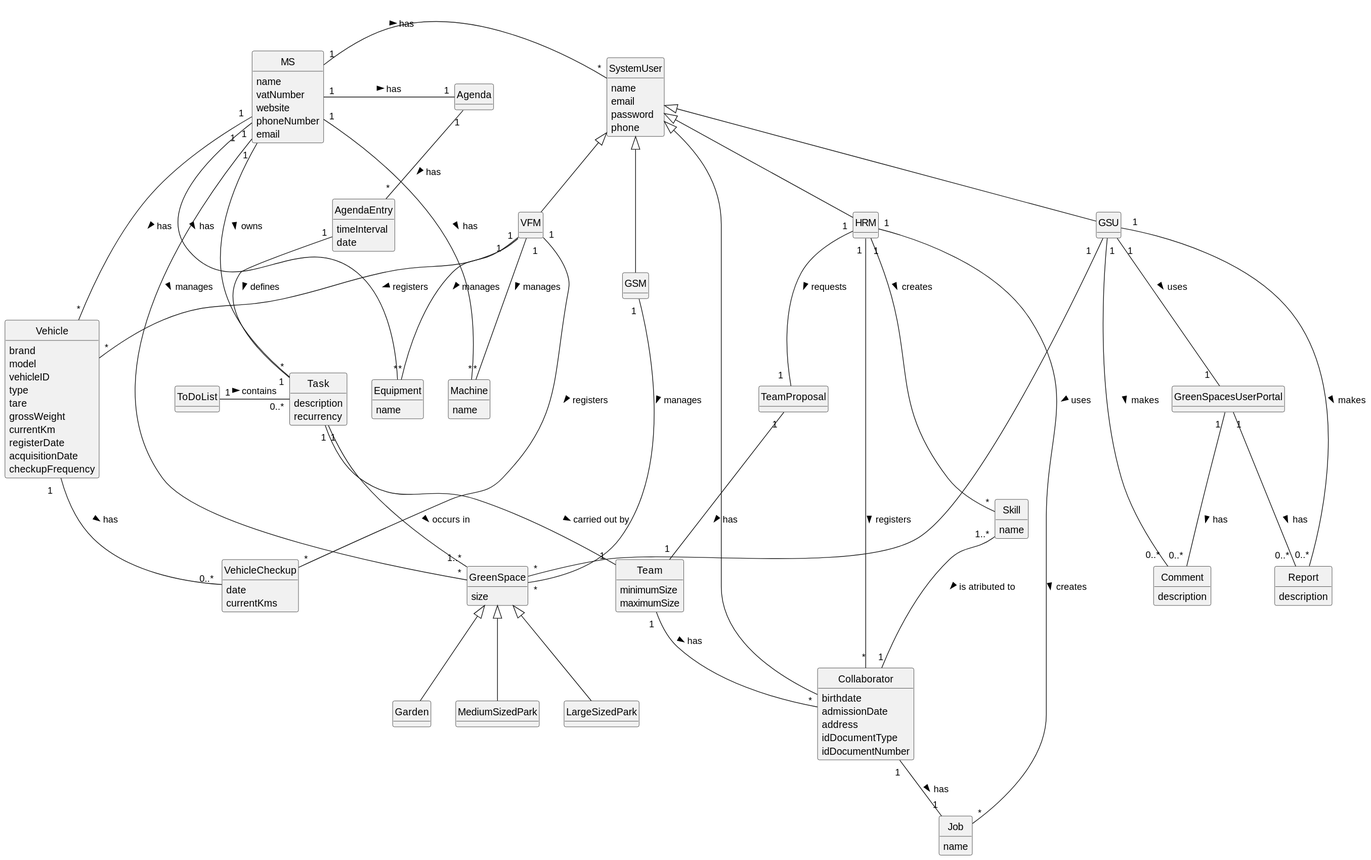
Above: docs/sprintB/global-artifacts/02.analysis/svg/project-domain-model.svg in Departamento-de-Engenharia-Informatica/lei-24-s2-1do-g164 (PlantUML), before the change.
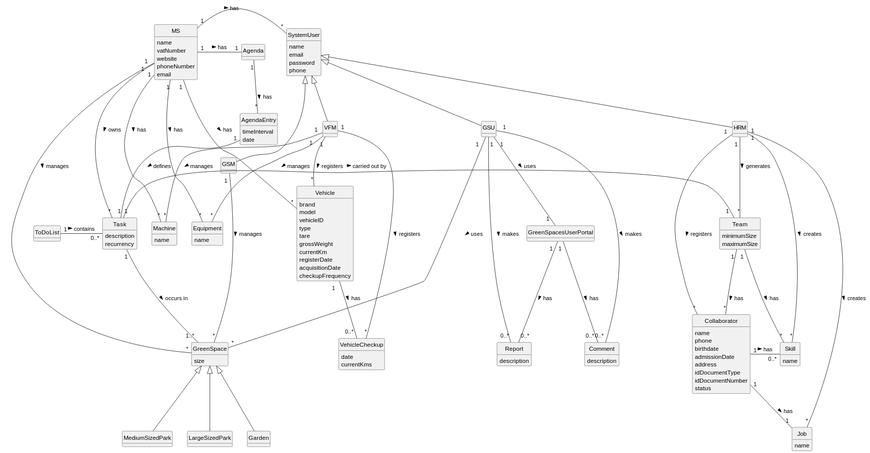
Later version of the same file.

The edit, as a diff of the source:
```diff
@@ -37,19 +37,20 @@
 class VFM {
 }
 class Collaborator {
+    name
+    phone
     birthdate
     admissionDate
     address
     idDocumentType
     idDocumentNumber
+    status
 }
 class GSM {
 }
 class GSU {
 }
 
-class TeamProposal {
-}
 
 class Team {
 minimumSize
@@ -123,7 +124,6 @@
 
 SystemUser <|-- HRM
 SystemUser <|-- VFM
-SystemUser <|-- Collaborator
 SystemUser <|-- GSM
 SystemUser <|-- GSU
 
@@ -160,13 +160,13 @@
 HRM "1 " -- "*" Collaborator : registers >
 HRM "1 " -- "*" Job : creates >
 HRM "1 " -- "*" Skill : creates >
-HRM "1" -- "1  " TeamProposal : requests >
-TeamProposal "1 " --"1 " Team: has >
+HRM "1 " -- "*" Team : generates >
 Team "1 " -- "*" Collaborator: has >
-Skill "1..*" - "1" Collaborator: is atributed to >
+Collaborator "1" - "0..*" Skill: has >
 Collaborator "1 " -- "1" Job : has >
 MS "1" - "1" Agenda : has >
 MS "1    " - "*" GreenSpace: manages >
 GSU"1   " - "*" GreenSpace: uses >
 GSM "1 " - "*" GreenSpace: manages >
+Team "1 " -- "*" Skill: has >
 @enduml
```
